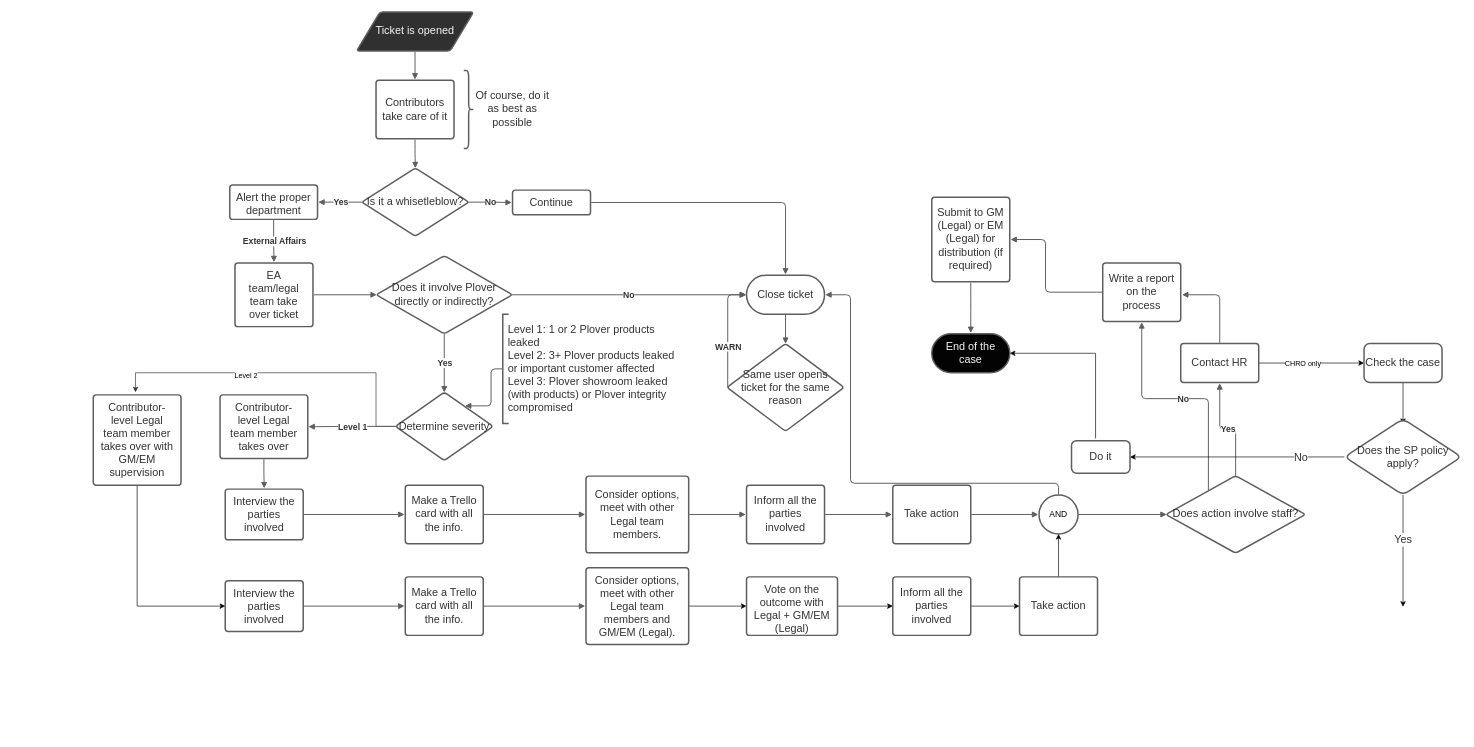
This is Untitled Diagram.drawio from Peiprjs/Peiprjs, a draw.io file, before an edit. Source tidied: cells renumbered, new cells numbered last; positions are measured from the earlier drawing's top-left corner, leaving out a move shared by most shapes. Both pictures are drawn from the tidied source at 65%, with x=0, y=0 at pixel (93, 12).
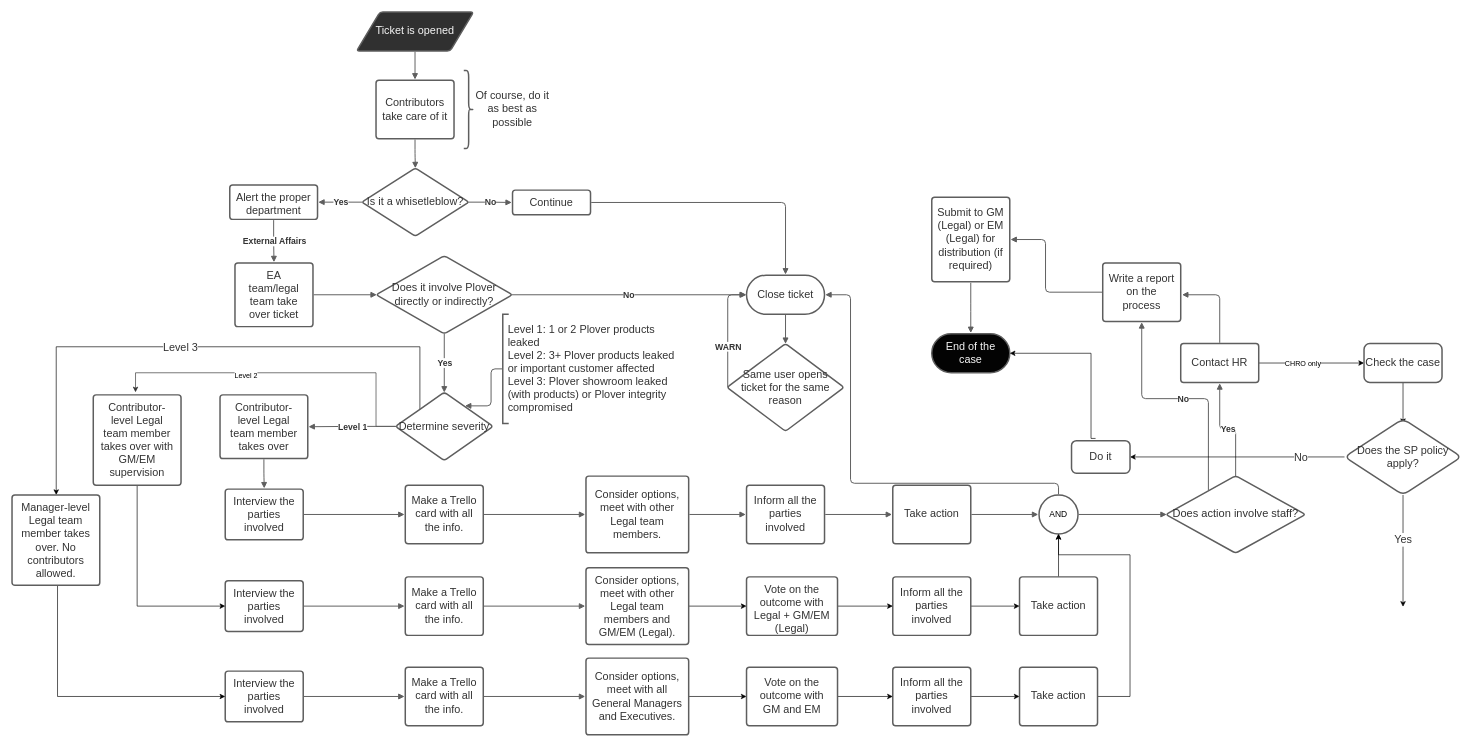
The same page after the edit.

The change refers to these unchanged cells:
```xml
<mxCell id="33" value="Determine severity" style="html=1;overflow=block;blockSpacing=1;whiteSpace=wrap;rhombus;whiteSpace=wrap;fontSize=16.7;fontColor=#333333;spacing=3.8;strokeColor=#5e5e5e;strokeOpacity=100;rounded=1;absoluteArcSize=1;arcSize=9;strokeWidth=2.3;" parent="1" vertex="1">
  <mxGeometry x="465" y="585" width="150" height="105" as="geometry" />
</mxCell>
<mxCell id="51" value="AND" style="ellipse;whiteSpace=wrap;html=1;fontFamily=Helvetica;fontSize=13;fontColor=#000000;align=center;strokeColor=#5e5e5e;strokeWidth=2.3;fillColor=#ffffff;" parent="1" vertex="1">
  <mxGeometry x="1455" y="743" width="60" height="60" as="geometry" />
</mxCell>
<mxCell id="66" value="&lt;font color=&quot;#F7F7F7&quot;&gt;End of the case&lt;/font&gt;" style="html=1;overflow=block;blockSpacing=1;whiteSpace=wrap;rounded=1;arcSize=50;whiteSpace=wrap;fontSize=16.7;fontColor=#333333;spacing=3.8;strokeColor=#5e5e5e;strokeOpacity=100;strokeWidth=2.3;fillColor=#030303;" parent="1" vertex="1">
  <mxGeometry x="1290" y="495" width="120" height="60" as="geometry" />
</mxCell>
<mxCell id="90" value="Do it" style="rounded=1;whiteSpace=wrap;html=1;fontSize=16.7;fontColor=#333333;strokeColor=#5E5E5E;strokeWidth=2.3;" parent="1" vertex="1">
  <mxGeometry x="1505" y="659.5" width="90" height="50" as="geometry" />
</mxCell>
```

Change to the diagram source:
```diff
@@
+    <mxCell id="91" style="edgeStyle=orthogonalEdgeStyle;rounded=0;jettySize=auto;html=1;exitX=0;exitY=0;exitDx=0;exitDy=0;fontSize=16.7;fontColor=#333333;" parent="1" edge="1" source="33" target="102">
+      <mxGeometry relative="1" as="geometry">
+        <Array as="points">
+          <mxPoint x="503" y="515" />
+          <mxPoint x="-57" y="515" />
+        </Array>
+      </mxGeometry>
+    </mxCell>
+    <mxCell id="92" value="Level 3" style="edgeLabel;html=1;align=center;verticalAlign=middle;fontSize=16.7;fontColor=#333333;" parent="91" vertex="1">
+      <mxGeometry x="0.05" y="1" relative="1" as="geometry">
+        <mxPoint x="-1" as="offset" />
+      </mxGeometry>
+    </mxCell>
@@
     <mxCell id="89" style="edgeStyle=orthogonalEdgeStyle;rounded=0;jettySize=auto;html=1;entryX=1;entryY=0.5;entryDx=0;entryDy=0;fontSize=16.7;fontColor=#333333;exitX=0.411;exitY=-0.07;exitDx=0;exitDy=0;exitPerimeter=0;" parent="1" edge="1" source="90" target="66">
       <mxGeometry relative="1" as="geometry">
         <Array as="points">
-          <mxPoint x="1542" y="525" />
+          <mxPoint x="1535" y="656" />
+          <mxPoint x="1535" y="525" />
         </Array>
       </mxGeometry>
     </mxCell>
@@
+    <mxCell id="93" value="Interview the parties involved" style="html=1;overflow=block;blockSpacing=1;whiteSpace=wrap;whiteSpace=wrap;fontSize=16.7;fontColor=#333333;spacing=9;strokeColor=#5e5e5e;strokeOpacity=100;rounded=1;absoluteArcSize=1;arcSize=9;strokeWidth=2.3;" parent="1" vertex="1">
+      <mxGeometry x="203" y="1014" width="120" height="78" as="geometry" />
+    </mxCell>
+    <mxCell id="94" value="Make a Trello card with all the info." style="html=1;overflow=block;blockSpacing=1;whiteSpace=wrap;whiteSpace=wrap;fontSize=16.7;fontColor=#333333;spacing=9;strokeColor=#5e5e5e;strokeOpacity=100;rounded=1;absoluteArcSize=1;arcSize=9;strokeWidth=2.3;" parent="1" vertex="1">
+      <mxGeometry x="480" y="1008" width="120" height="90" as="geometry" />
+    </mxCell>
+    <mxCell id="95" style="html=1;jettySize=18;whiteSpace=wrap;fontSize=13;strokeColor=#5E5E5E;strokeWidth=1.5;rounded=1;arcSize=12;edgeStyle=orthogonalEdgeStyle;startArrow=none;endArrow=block;endFill=1;exitX=1.009;exitY=0.5;exitPerimeter=0;entryX=-0.009;entryY=0.5;entryPerimeter=0;" parent="1" edge="1" source="93" target="94">
+      <mxGeometry relative="1" as="geometry" />
+    </mxCell>
+    <mxCell id="96" style="edgeStyle=orthogonalEdgeStyle;rounded=0;jettySize=auto;html=1;" parent="1" edge="1" source="97" target="104">
+      <mxGeometry relative="1" as="geometry" />
+    </mxCell>
+    <mxCell id="97" value="Consider options, meet with all General Managers and Executives." style="html=1;overflow=block;blockSpacing=1;whiteSpace=wrap;whiteSpace=wrap;fontSize=16.7;fontColor=#333333;spacing=9;strokeColor=#5e5e5e;strokeOpacity=100;rounded=1;absoluteArcSize=1;arcSize=9;strokeWidth=2.3;" parent="1" vertex="1">
+      <mxGeometry x="758" y="994" width="158" height="118" as="geometry" />
+    </mxCell>
+    <mxCell id="98" style="html=1;jettySize=18;whiteSpace=wrap;fontSize=13;strokeColor=#5E5E5E;strokeWidth=1.5;rounded=1;arcSize=12;edgeStyle=orthogonalEdgeStyle;startArrow=none;endArrow=block;endFill=1;exitX=1.009;exitY=0.5;exitPerimeter=0;entryX=-0.007;entryY=0.5;entryPerimeter=0;" parent="1" edge="1" source="94" target="97">
+      <mxGeometry relative="1" as="geometry" />
+    </mxCell>
+    <mxCell id="99" style="edgeStyle=orthogonalEdgeStyle;rounded=0;jettySize=auto;html=1;" parent="1" edge="1" source="100" target="106">
+      <mxGeometry relative="1" as="geometry" />
+    </mxCell>
+    <mxCell id="100" value="Inform all the parties involved" style="html=1;overflow=block;blockSpacing=1;whiteSpace=wrap;whiteSpace=wrap;fontSize=16.7;fontColor=#333333;spacing=9;strokeColor=#5e5e5e;strokeOpacity=100;rounded=1;absoluteArcSize=1;arcSize=9;strokeWidth=2.3;" parent="1" vertex="1">
+      <mxGeometry x="1230" y="1008" width="120" height="90" as="geometry" />
+    </mxCell>
+    <mxCell id="101" style="edgeStyle=orthogonalEdgeStyle;rounded=0;jettySize=auto;html=1;fontSize=16.7;fontColor=#333333;entryX=0;entryY=0.5;entryDx=0;entryDy=0;" parent="1" edge="1" source="102" target="93">
+      <mxGeometry relative="1" as="geometry">
+        <Array as="points">
+          <mxPoint x="-55" y="1053" />
+        </Array>
+      </mxGeometry>
+    </mxCell>
+    <mxCell id="102" value="Manager-level Legal team member takes over. No contributors allowed." style="html=1;overflow=block;blockSpacing=1;whiteSpace=wrap;whiteSpace=wrap;fontSize=16.7;fontColor=#333333;spacing=9;strokeColor=#5E5E5E;rounded=1;absoluteArcSize=1;arcSize=9;strokeWidth=2.3;" parent="1" vertex="1">
+      <mxGeometry x="-125" y="743" width="135" height="139" as="geometry" />
+    </mxCell>
+    <mxCell id="103" style="edgeStyle=orthogonalEdgeStyle;rounded=0;jettySize=auto;html=1;" parent="1" edge="1" source="104" target="100">
+      <mxGeometry relative="1" as="geometry" />
+    </mxCell>
+    <mxCell id="104" value="Vote on the outcome with GM and EM" style="html=1;overflow=block;blockSpacing=1;whiteSpace=wrap;whiteSpace=wrap;fontSize=16.7;fontColor=#333333;spacing=9;strokeColor=#5e5e5e;strokeOpacity=100;rounded=1;absoluteArcSize=1;arcSize=9;strokeWidth=2.3;" parent="1" vertex="1">
+      <mxGeometry x="1005" y="1008" width="140" height="90" as="geometry" />
+    </mxCell>
+    <mxCell id="105" style="edgeStyle=orthogonalEdgeStyle;rounded=0;jettySize=auto;html=1;entryX=0.5;entryY=1;entryDx=0;entryDy=0;fontSize=16.7;fontColor=#333333;" parent="1" edge="1" source="106" target="51">
+      <mxGeometry relative="1" as="geometry">
+        <Array as="points">
+          <mxPoint x="1595" y="1053" />
+          <mxPoint x="1595" y="835" />
+          <mxPoint x="1485" y="835" />
+        </Array>
+      </mxGeometry>
+    </mxCell>
+    <mxCell id="106" value="Take action" style="html=1;overflow=block;blockSpacing=1;whiteSpace=wrap;whiteSpace=wrap;fontSize=16.7;fontColor=#333333;spacing=9;strokeColor=#5e5e5e;strokeOpacity=100;rounded=1;absoluteArcSize=1;arcSize=9;strokeWidth=2.3;" parent="1" vertex="1">
+      <mxGeometry x="1425" y="1008" width="120" height="90" as="geometry" />
+    </mxCell>
```
